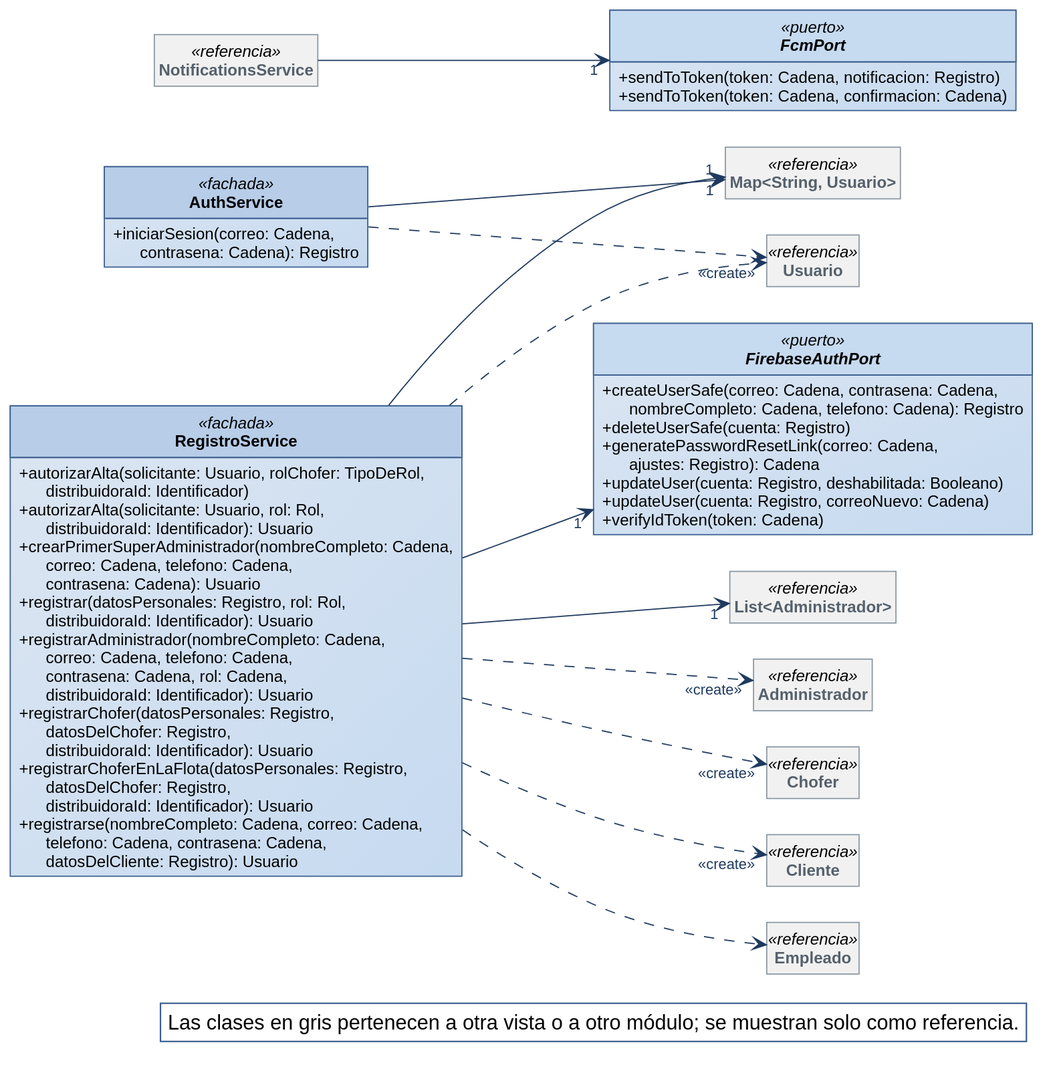
Above: diagramas/clases-diseno/DC_Mod_Sesion-y-registro.svg in Nahuelito-Dev/splg-docs (PlantUML), before the change.
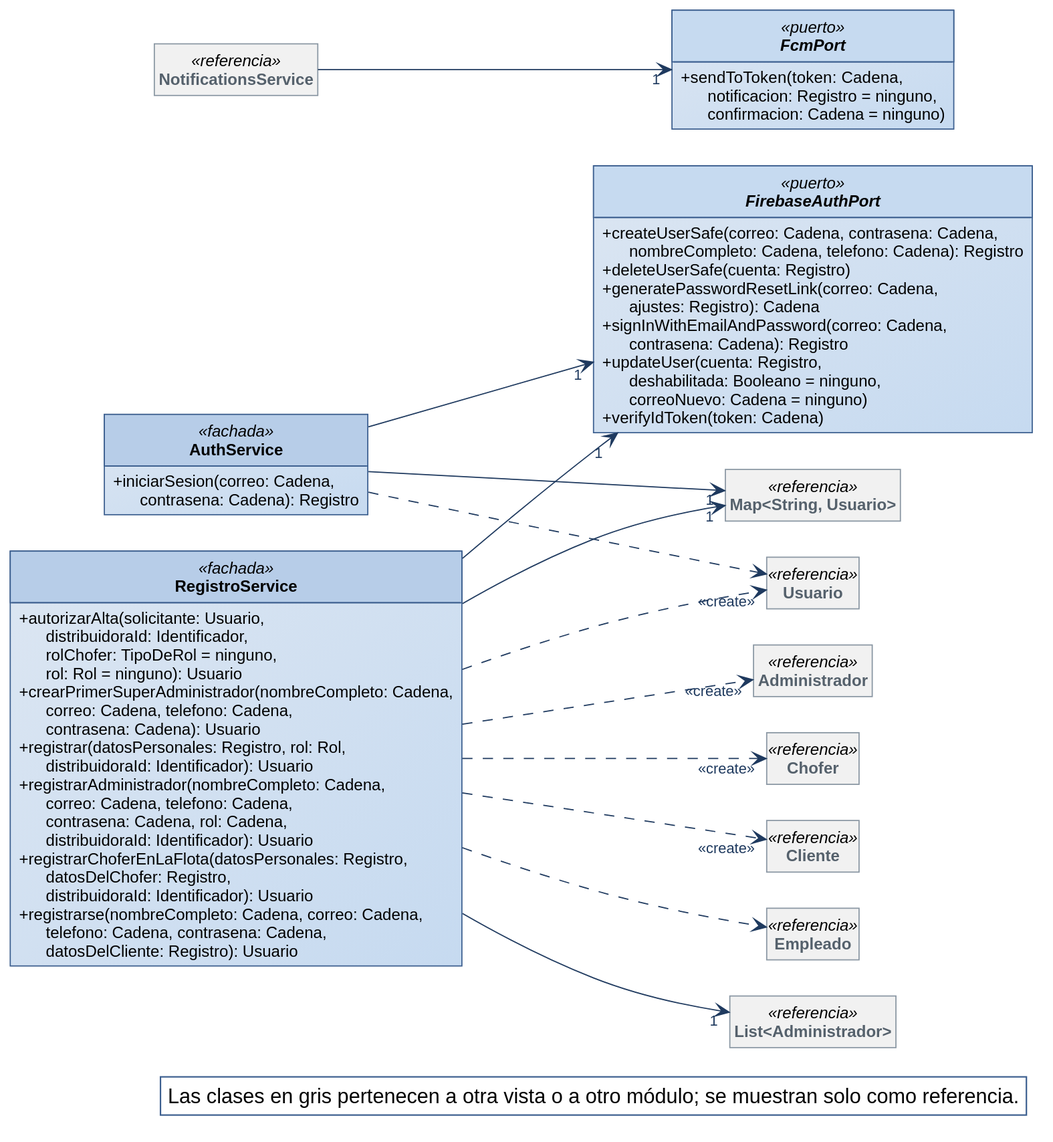
Later version of the same file.

Diff of the diagram source:
```diff
@@ -34,12 +34,10 @@
   + iniciarSesion(correo: Cadena,\n      contrasena: Cadena): Registro
 }
 class RegistroService <<fachada>> {
-  + autorizarAlta(solicitante: Usuario, rolChofer: TipoDeRol,\n      distribuidoraId: Identificador)
-  + autorizarAlta(solicitante: Usuario, rol: Rol,\n      distribuidoraId: Identificador): Usuario
+  + autorizarAlta(solicitante: Usuario,\n      distribuidoraId: Identificador,\n      rolChofer: TipoDeRol = ninguno,\n      rol: Rol = ninguno): Usuario
   + crearPrimerSuperAdministrador(nombreCompleto: Cadena,\n      correo: Cadena, telefono: Cadena,\n      contrasena: Cadena): Usuario
   + registrar(datosPersonales: Registro, rol: Rol,\n      distribuidoraId: Identificador): Usuario
   + registrarAdministrador(nombreCompleto: Cadena,\n      correo: Cadena, telefono: Cadena,\n      contrasena: Cadena, rol: Cadena,\n      distribuidoraId: Identificador): Usuario
-  + registrarChofer(datosPersonales: Registro,\n      datosDelChofer: Registro,\n      distribuidoraId: Identificador): Usuario
   + registrarChoferEnLaFlota(datosPersonales: Registro,\n      datosDelChofer: Registro,\n      distribuidoraId: Identificador): Usuario
   + registrarse(nombreCompleto: Cadena, correo: Cadena,\n      telefono: Cadena, contrasena: Cadena,\n      datosDelCliente: Registro): Usuario
 }
@@ -47,13 +45,12 @@
   + createUserSafe(correo: Cadena, contrasena: Cadena,\n      nombreCompleto: Cadena, telefono: Cadena): Registro
   + deleteUserSafe(cuenta: Registro)
   + generatePasswordResetLink(correo: Cadena,\n      ajustes: Registro): Cadena
-  + updateUser(cuenta: Registro, deshabilitada: Booleano)
-  + updateUser(cuenta: Registro, correoNuevo: Cadena)
+  + signInWithEmailAndPassword(correo: Cadena,\n      contrasena: Cadena): Registro
+  + updateUser(cuenta: Registro,\n      deshabilitada: Booleano = ninguno,\n      correoNuevo: Cadena = ninguno)
   + verifyIdToken(token: Cadena)
 }
 interface FcmPort <<puerto>> {
-  + sendToToken(token: Cadena, notificacion: Registro)
-  + sendToToken(token: Cadena, confirmacion: Cadena)
+  + sendToToken(token: Cadena,\n      notificacion: Registro = ninguno,\n      confirmacion: Cadena = ninguno)
 }
 class "Map<String, Usuario>" as Map_String_Usuario <<referencia>>
 class "List<Administrador>" as List_Administrador <<referencia>>
@@ -64,6 +61,7 @@
 class Empleado <<referencia>>
 class NotificationsService <<referencia>>
 
+AuthService --> "1" FirebaseAuthPort
 AuthService --> "1" Map_String_Usuario
 RegistroService --> "1" FirebaseAuthPort
 RegistroService --> "1" List_Administrador
```
